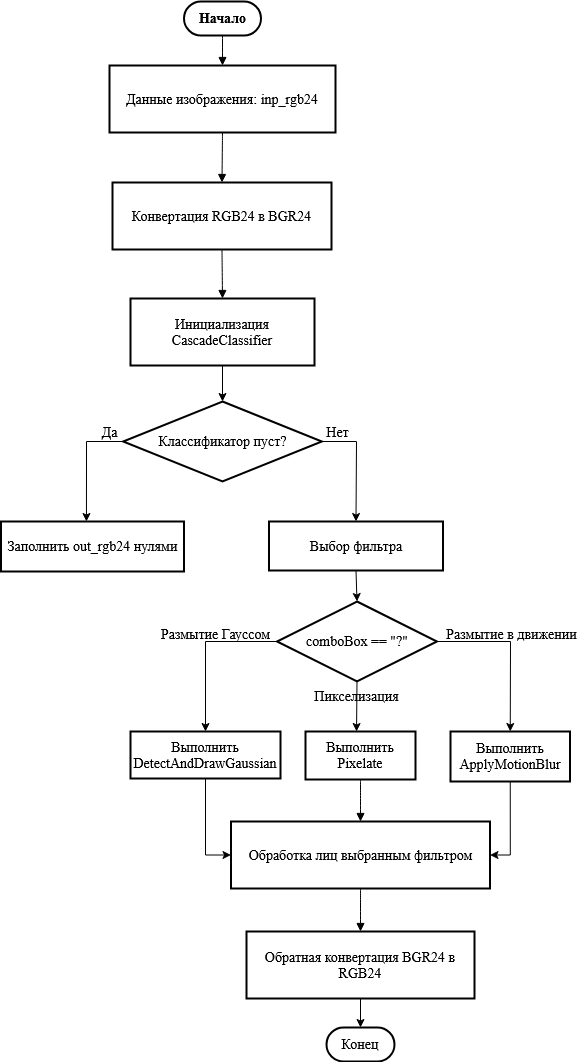
Earlier version of the draw.io export FaceDetection.drawio.png (prettyleaf/diagrams). Source tidied: cells renumbered, new cells last; positions are measured from the earlier drawing's top-left corner, leaving out a move shared by most shapes. Its diagram source:
```xml
<mxGraphModel>
  <root>
    <mxCell id="0" />
    <mxCell id="1" parent="0" />
    <mxCell id="2" value="Начало" style="rounded=1;whiteSpace=wrap;arcSize=50;strokeWidth=2;fontFamily=Times New Roman;fontStyle=1;fontSize=14;" parent="1" vertex="1">
      <mxGeometry x="183.5" width="77" height="34" as="geometry" />
    </mxCell>
    <mxCell id="3" value="Данные изображения: inp_rgb24" style="whiteSpace=wrap;strokeWidth=2;fontFamily=Times New Roman;fontSize=14;" parent="1" vertex="1">
      <mxGeometry x="109" y="64" width="226" height="67" as="geometry" />
    </mxCell>
    <mxCell id="4" value="Конвертация RGB24 в BGR24" style="whiteSpace=wrap;strokeWidth=2;fontFamily=Times New Roman;fontSize=14;" parent="1" vertex="1">
      <mxGeometry x="112" y="181" width="219" height="67" as="geometry" />
    </mxCell>
    <mxCell id="5" value="Инициализация CascadeClassifier" style="whiteSpace=wrap;strokeWidth=2;fontFamily=Times New Roman;fontSize=14;" parent="1" vertex="1">
      <mxGeometry x="130" y="297" width="184" height="67" as="geometry" />
    </mxCell>
    <mxCell id="6" value="Заполнить out_rgb24 нулями" style="whiteSpace=wrap;strokeWidth=2;fontFamily=Times New Roman;fontSize=14;" parent="1" vertex="1">
      <mxGeometry x="0.5" y="520" width="183" height="50" as="geometry" />
    </mxCell>
    <mxCell id="7" value="Конец" style="rounded=1;whiteSpace=wrap;arcSize=50;strokeWidth=2;fontFamily=Times New Roman;fontSize=14;" parent="1" vertex="1">
      <mxGeometry x="326" y="1026" width="68" height="34" as="geometry" />
    </mxCell>
    <mxCell id="8" value="Выбор фильтра" style="whiteSpace=wrap;strokeWidth=2;fontFamily=Times New Roman;fontSize=14;" parent="1" vertex="1">
      <mxGeometry x="268.5" y="520" width="174" height="49" as="geometry" />
    </mxCell>
    <mxCell id="9" style="edgeStyle=orthogonalEdgeStyle;rounded=0;jettySize=auto;html=1;exitX=0.5;exitY=1;exitDx=0;exitDy=0;entryX=0;entryY=0.5;entryDx=0;entryDy=0;fontFamily=Times New Roman;fontSize=14;" parent="1" edge="1" source="10" target="14">
      <mxGeometry relative="1" as="geometry" />
    </mxCell>
    <mxCell id="10" value="Выполнить DetectAndDrawGaussian" style="whiteSpace=wrap;strokeWidth=2;fontFamily=Times New Roman;fontSize=14;" parent="1" vertex="1">
      <mxGeometry x="130" y="730" width="150" height="47" as="geometry" />
    </mxCell>
    <mxCell id="11" value="Выполнить Pixelate" style="whiteSpace=wrap;strokeWidth=2;fontFamily=Times New Roman;fontSize=14;" parent="1" vertex="1">
      <mxGeometry x="305" y="730" width="110" height="48" as="geometry" />
    </mxCell>
    <mxCell id="12" style="edgeStyle=orthogonalEdgeStyle;rounded=0;jettySize=auto;html=1;exitX=0.5;exitY=1;exitDx=0;exitDy=0;entryX=1;entryY=0.5;entryDx=0;entryDy=0;fontFamily=Times New Roman;fontSize=14;" parent="1" edge="1" source="13" target="14">
      <mxGeometry relative="1" as="geometry" />
    </mxCell>
    <mxCell id="13" value="Выполнить ApplyMotionBlur" style="whiteSpace=wrap;strokeWidth=2;fontFamily=Times New Roman;fontSize=14;" parent="1" vertex="1">
      <mxGeometry x="450" y="730" width="119.5" height="50" as="geometry" />
    </mxCell>
    <mxCell id="14" value="Обработка лиц выбранным фильтром" style="whiteSpace=wrap;strokeWidth=2;fontFamily=Times New Roman;fontSize=14;" parent="1" vertex="1">
      <mxGeometry x="230.5" y="820" width="259" height="67" as="geometry" />
    </mxCell>
    <mxCell id="15" style="edgeStyle=orthogonalEdgeStyle;rounded=0;jettySize=auto;html=1;exitX=0.5;exitY=1;exitDx=0;exitDy=0;entryX=0.5;entryY=0;entryDx=0;entryDy=0;" parent="1" edge="1" source="16" target="7">
      <mxGeometry relative="1" as="geometry" />
    </mxCell>
    <mxCell id="16" value="Обратная конвертация BGR24 в RGB24" style="whiteSpace=wrap;strokeWidth=2;fontFamily=Times New Roman;fontSize=14;" parent="1" vertex="1">
      <mxGeometry x="246" y="930" width="228" height="67" as="geometry" />
    </mxCell>
    <mxCell id="17" style="curved=1;startArrow=none;endArrow=block;exitX=0.5;exitY=1;entryX=0.5;entryY=0;rounded=0;fontFamily=Times New Roman;fontSize=14;" parent="1" edge="1" source="2" target="3">
      <mxGeometry relative="1" as="geometry" />
    </mxCell>
    <mxCell id="18" style="curved=1;startArrow=none;endArrow=block;exitX=0.5;exitY=0.99;entryX=0.5;entryY=-0.01;rounded=0;fontFamily=Times New Roman;fontSize=14;" parent="1" edge="1" source="3" target="4">
      <mxGeometry relative="1" as="geometry" />
    </mxCell>
    <mxCell id="19" style="curved=1;startArrow=none;endArrow=block;exitX=0.5;exitY=0.99;entryX=0.5;entryY=0;rounded=0;fontFamily=Times New Roman;fontSize=14;" parent="1" edge="1" source="4" target="5">
      <mxGeometry relative="1" as="geometry" />
    </mxCell>
    <mxCell id="20" style="curved=1;startArrow=none;endArrow=block;exitX=0.5;exitY=0.99;entryX=0.5;entryY=0.01;rounded=0;fontFamily=Times New Roman;fontSize=14;" parent="1" edge="1" source="11" target="14">
      <mxGeometry relative="1" as="geometry" />
    </mxCell>
    <mxCell id="21" style="curved=1;startArrow=none;endArrow=block;exitX=0.5;exitY=1;entryX=0.5;entryY=0;rounded=0;fontFamily=Times New Roman;fontSize=14;" parent="1" edge="1" source="14" target="16">
      <mxGeometry relative="1" as="geometry" />
    </mxCell>
    <mxCell id="22" value="Классификатор пуст?" style="rhombus;whiteSpace=wrap;html=1;labelBorderColor=none;textShadow=0;strokeWidth=2;fontFamily=Times New Roman;fontSize=14;" parent="1" vertex="1">
      <mxGeometry x="122.6" y="400" width="198.8" height="80" as="geometry" />
    </mxCell>
    <mxCell id="23" style="endArrow=classic;html=1;rounded=0;exitX=0.5;exitY=1;exitDx=0;exitDy=0;fontFamily=Times New Roman;fontSize=14;" parent="1" edge="1" source="5" target="22">
      <mxGeometry relative="1" as="geometry" />
    </mxCell>
    <mxCell id="24" style="endArrow=classic;html=1;rounded=0;exitX=0;exitY=0.5;exitDx=0;exitDy=0;entryX=0.467;entryY=0;entryDx=0;entryDy=0;entryPerimeter=0;fontFamily=Times New Roman;fontSize=14;" parent="1" edge="1" source="22" target="6">
      <mxGeometry relative="1" as="geometry">
        <Array as="points">
          <mxPoint x="86" y="440" />
        </Array>
      </mxGeometry>
    </mxCell>
    <mxCell id="25" value="&lt;font style=&quot;font-size: 14px;&quot;&gt;Да&lt;/font&gt;" style="edgeLabel;html=1;align=center;verticalAlign=middle;fontFamily=Times New Roman;fontSize=14;" parent="24" vertex="1">
      <mxGeometry relative="1" as="geometry">
        <mxPoint x="23" y="-31" as="offset" />
      </mxGeometry>
    </mxCell>
    <mxCell id="26" style="endArrow=classic;html=1;rounded=0;exitX=1;exitY=0.5;exitDx=0;exitDy=0;entryX=0.5;entryY=0;entryDx=0;entryDy=0;fontFamily=Times New Roman;fontSize=14;" parent="1" edge="1" source="22" target="8">
      <mxGeometry relative="1" as="geometry">
        <Array as="points">
          <mxPoint x="356" y="440" />
        </Array>
      </mxGeometry>
    </mxCell>
    <mxCell id="27" value="&lt;font style=&quot;font-size: 14px;&quot;&gt;Нет&lt;/font&gt;" style="edgeLabel;html=1;align=center;verticalAlign=middle;fontFamily=Times New Roman;fontSize=14;" parent="26" vertex="1">
      <mxGeometry x="-0.77" y="7" relative="1" as="geometry">
        <mxPoint x="2" y="-3" as="offset" />
      </mxGeometry>
    </mxCell>
    <mxCell id="28" style="edgeStyle=orthogonalEdgeStyle;rounded=0;jettySize=auto;html=1;exitX=0;exitY=0.5;exitDx=0;exitDy=0;entryX=0.5;entryY=0;entryDx=0;entryDy=0;fontFamily=Times New Roman;fontSize=14;" parent="1" edge="1" source="29" target="10">
      <mxGeometry relative="1" as="geometry" />
    </mxCell>
    <mxCell id="29" value="comboBox == &quot;?&quot;" style="rhombus;whiteSpace=wrap;html=1;strokeWidth=2;fontFamily=Times New Roman;fontSize=14;" parent="1" vertex="1">
      <mxGeometry x="276.5" y="600" width="160" height="80" as="geometry" />
    </mxCell>
    <mxCell id="30" style="endArrow=classic;html=1;rounded=0;exitX=0.5;exitY=1;exitDx=0;exitDy=0;entryX=0.5;entryY=0;entryDx=0;entryDy=0;fontFamily=Times New Roman;fontSize=14;" parent="1" edge="1" source="8" target="29">
      <mxGeometry relative="1" as="geometry" />
    </mxCell>
    <mxCell id="31" style="endArrow=classic;html=1;rounded=0;exitX=0.5;exitY=1;exitDx=0;exitDy=0;entryX=0.464;entryY=0;entryDx=0;entryDy=0;entryPerimeter=0;fontFamily=Times New Roman;fontSize=14;" parent="1" edge="1" source="29" target="11">
      <mxGeometry relative="1" as="geometry" />
    </mxCell>
    <mxCell id="32" style="endArrow=classic;html=1;rounded=0;exitX=1;exitY=0.5;exitDx=0;exitDy=0;entryX=0.5;entryY=0;entryDx=0;entryDy=0;fontFamily=Times New Roman;fontSize=14;" parent="1" edge="1" source="29" target="13">
      <mxGeometry relative="1" as="geometry">
        <Array as="points">
          <mxPoint x="510" y="640" />
        </Array>
      </mxGeometry>
    </mxCell>
    <mxCell id="33" value="&lt;font style=&quot;font-size: 14px;&quot; face=&quot;Times New Roman&quot;&gt;Размытие Гауссом&lt;/font&gt;" style="text;html=1;align=center;verticalAlign=middle;strokeColor=none;fillColor=none;" parent="1" vertex="1">
      <mxGeometry x="150" y="618" width="130" height="30" as="geometry" />
    </mxCell>
    <mxCell id="34" value="&lt;font style=&quot;font-size: 14px;&quot; face=&quot;Times New Roman&quot;&gt;Пикселизация&lt;/font&gt;" style="text;html=1;align=center;verticalAlign=middle;strokeColor=none;fillColor=none;" parent="1" vertex="1">
      <mxGeometry x="300.5" y="680" width="110" height="30" as="geometry" />
    </mxCell>
    <mxCell id="35" value="&lt;font style=&quot;font-size: 14px;&quot; face=&quot;Times New Roman&quot;&gt;Размытие в движении&lt;/font&gt;" style="text;html=1;align=center;verticalAlign=middle;strokeColor=none;fillColor=none;" parent="1" vertex="1">
      <mxGeometry x="436" y="618" width="150" height="30" as="geometry" />
    </mxCell>
  </root>
</mxGraphModel>
```
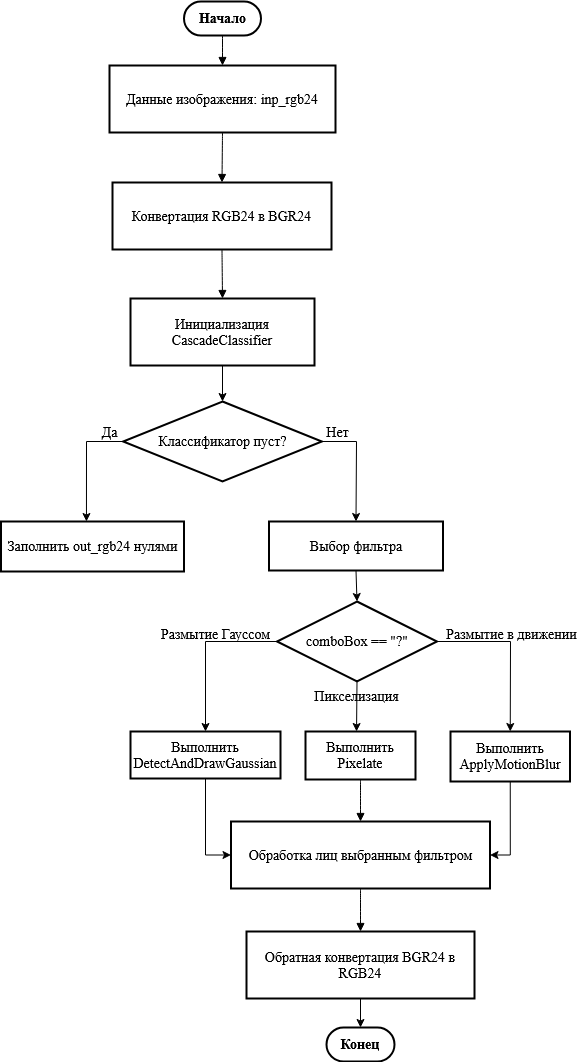
The same file after the commit.

What changed in the source:
```diff
@@ -1,4 +1,4 @@
-<mxGraphModel>
+<mxGraphModel background="#ffffff">
   <root>
     <mxCell id="0" />
     <mxCell id="1" parent="0" />
@@ -17,7 +17,7 @@
     <mxCell id="6" value="Заполнить out_rgb24 нулями" style="whiteSpace=wrap;strokeWidth=2;fontFamily=Times New Roman;fontSize=14;" parent="1" vertex="1">
       <mxGeometry x="0.5" y="520" width="183" height="50" as="geometry" />
     </mxCell>
-    <mxCell id="7" value="Конец" style="rounded=1;whiteSpace=wrap;arcSize=50;strokeWidth=2;fontFamily=Times New Roman;fontSize=14;" parent="1" vertex="1">
+    <mxCell id="7" value="Конец" style="rounded=1;whiteSpace=wrap;arcSize=50;strokeWidth=2;fontFamily=Times New Roman;fontSize=14;fontStyle=1;" parent="1" vertex="1">
       <mxGeometry x="326" y="1026" width="68" height="34" as="geometry" />
     </mxCell>
     <mxCell id="8" value="Выбор фильтра" style="whiteSpace=wrap;strokeWidth=2;fontFamily=Times New Roman;fontSize=14;" parent="1" vertex="1">
```
